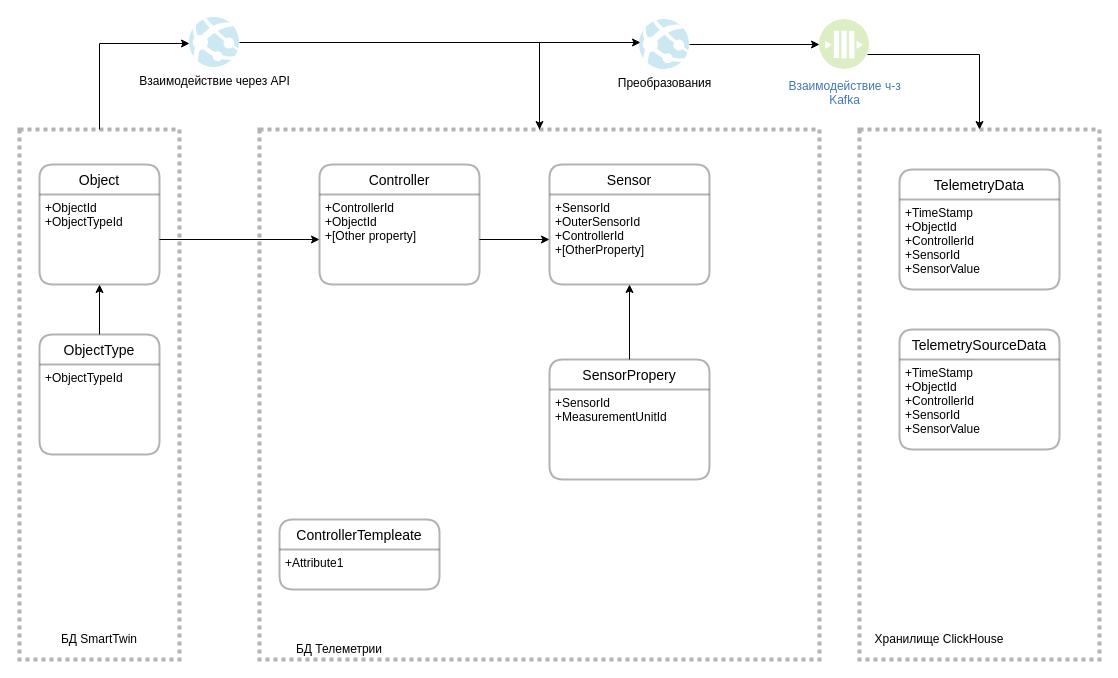
This is page "Данные" (2 of 2) of ST.Telemetry.drawio from aaf1974/ProjectDiagram, a draw.io file, before an edit. Source tidied: cells renumbered, new cells numbered last; positions are measured from the earlier drawing's top-left corner, leaving out a move shared by most shapes. Both pictures are drawn from the tidied source at 100%, with x=0, y=0 at pixel (19, 17).
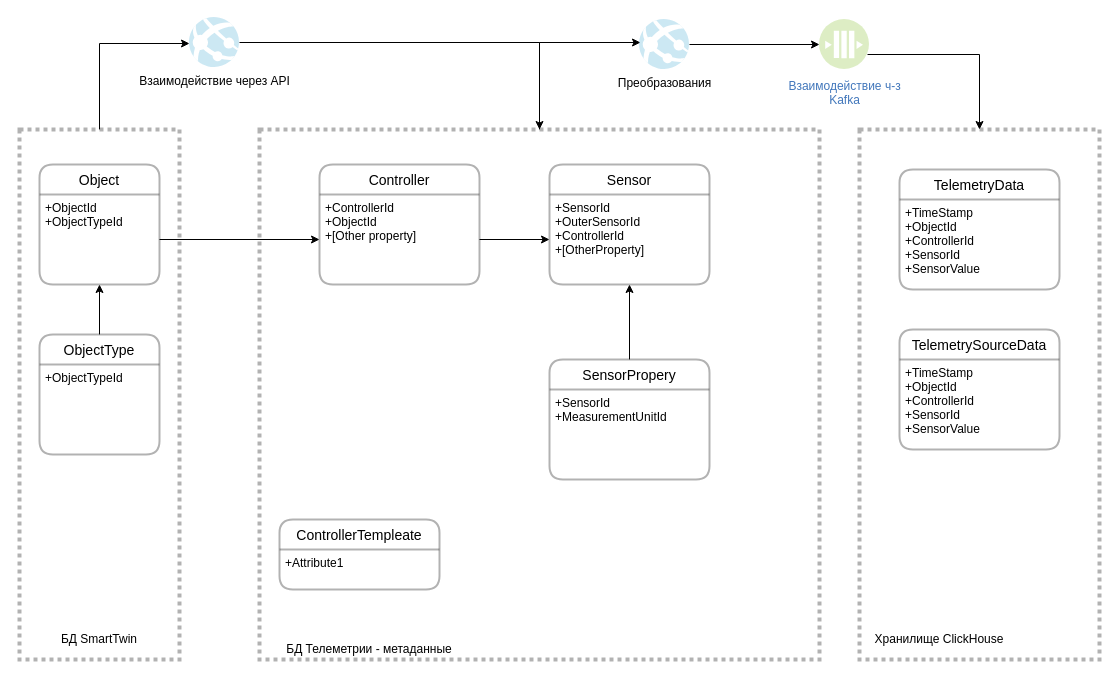
After the change.

Diff of the diagram source:
```diff
@@
-    <mxCell id="31" value="БД Телеметрии" style="text;html=1;strokeColor=none;fillColor=none;align=center;verticalAlign=middle;whiteSpace=wrap;rounded=0;dashed=1;dashPattern=1 1;fontSize=12;opacity=30;" parent="1" vertex="1">
-      <mxGeometry x="240" y="622" width="160" height="20" as="geometry" />
+    <mxCell id="31" value="БД Телеметрии - метаданные" style="text;html=1;strokeColor=none;fillColor=none;align=center;verticalAlign=middle;whiteSpace=wrap;rounded=0;dashed=1;dashPattern=1 1;fontSize=12;opacity=30;" parent="1" vertex="1">
+      <mxGeometry x="240" y="622" width="220" height="20" as="geometry" />
     </mxCell>
```
